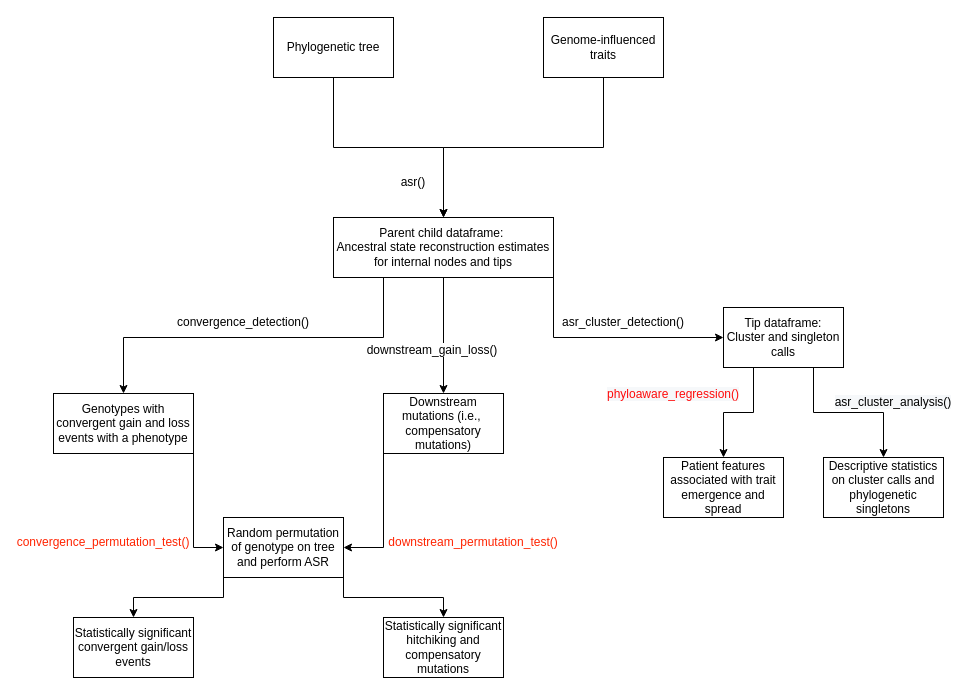
Earlier version of the draw.io diagram Phylosuite.drawio (kylegontjes/phyloAMR). Source tidied: cells renumbered, new cells numbered last; positions are measured from the earlier drawing's top-left corner, leaving out a move shared by most shapes. Both pictures are drawn from the tidied source at 100%, with x=0, y=0 at pixel (53, 17).
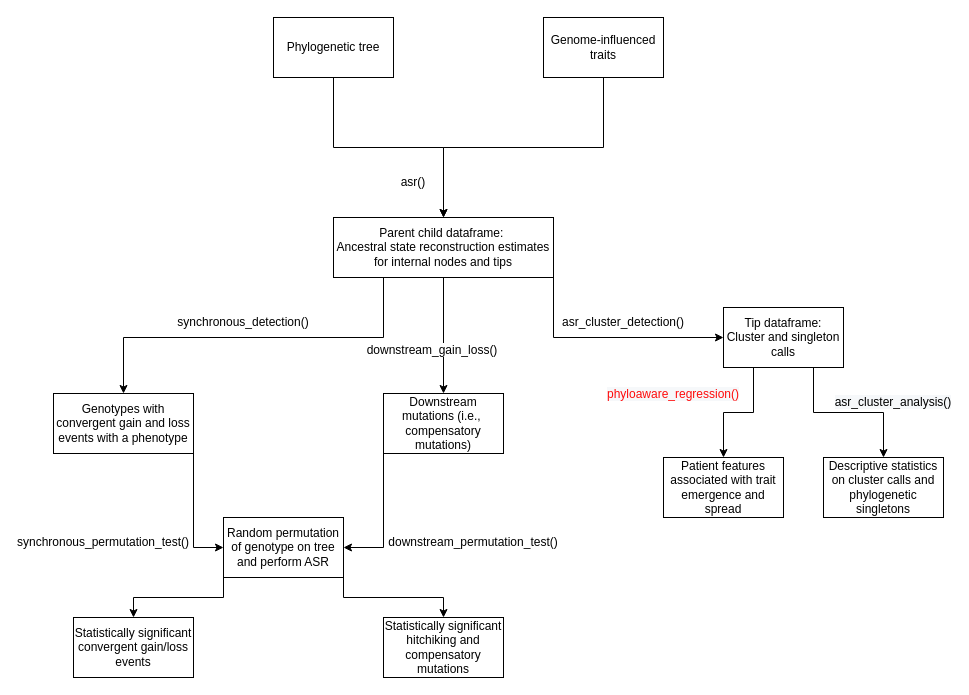
The same page after the edit.

Change to the diagram source:
```diff
@@
-    <mxCell id="13" value="&lt;span style=&quot;text-align: start; background-color: rgb(255, 255, 255);&quot;&gt;&lt;font style=&quot;color: rgb(0, 0, 0);&quot; face=&quot;Helvetica&quot;&gt;convergence_detection()&lt;/font&gt;&lt;/span&gt;" style="text;strokeColor=none;align=center;fillColor=none;html=1;verticalAlign=middle;whiteSpace=wrap;rounded=0;fontColor=#FF0000;" parent="1" vertex="1">
+    <mxCell id="13" value="&lt;span style=&quot;text-align: start; background-color: rgb(255, 255, 255);&quot;&gt;&lt;font style=&quot;color: rgb(0, 0, 0);&quot; face=&quot;Helvetica&quot;&gt;synchronous_detection()&lt;/font&gt;&lt;/span&gt;" style="text;strokeColor=none;align=center;fillColor=none;html=1;verticalAlign=middle;whiteSpace=wrap;rounded=0;fontColor=#FF0000;" parent="1" vertex="1">
       <mxGeometry x="160" y="290" width="60" height="30" as="geometry" />
     </mxCell>
@@
-    <mxCell id="23" value="&lt;span style=&quot;color: rgb(255, 36, 2);&quot;&gt;convergence_permutation_test()&lt;/span&gt;" style="text;strokeColor=none;align=center;fillColor=none;html=1;verticalAlign=middle;whiteSpace=wrap;rounded=0;" parent="1" vertex="1">
+    <mxCell id="23" value="&lt;span&gt;&lt;font style=&quot;color: rgb(0, 0, 0);&quot;&gt;synchronous_permutation_test()&lt;/font&gt;&lt;/span&gt;" style="text;strokeColor=none;align=center;fillColor=none;html=1;verticalAlign=middle;whiteSpace=wrap;rounded=0;" parent="1" vertex="1">
       <mxGeometry x="20" y="510" width="60" height="30" as="geometry" />
     </mxCell>
-    <mxCell id="24" value="&lt;span style=&quot;color: rgb(255, 36, 2);&quot;&gt;downstream_permutation_test()&lt;/span&gt;" style="text;strokeColor=none;align=center;fillColor=none;html=1;verticalAlign=middle;whiteSpace=wrap;rounded=0;" parent="1" vertex="1">
+    <mxCell id="24" value="&lt;span&gt;&lt;font style=&quot;color: rgb(0, 0, 0);&quot;&gt;downstream_permutation_test()&lt;/font&gt;&lt;/span&gt;" style="text;strokeColor=none;align=center;fillColor=none;html=1;verticalAlign=middle;whiteSpace=wrap;rounded=0;" parent="1" vertex="1">
       <mxGeometry x="390" y="510" width="60" height="30" as="geometry" />
     </mxCell>
```
